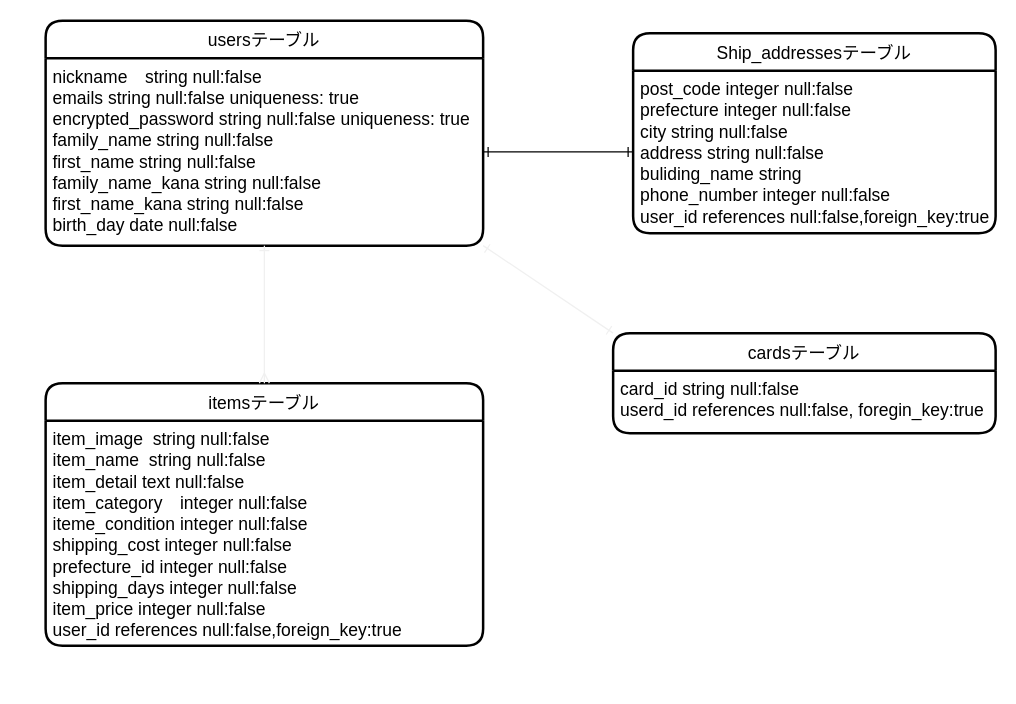
The draw.io diagram test.dio in kazuyaishida0916/furima-37232, before the edit. Source tidied: cells renumbered, new cells numbered last; positions are measured from the earlier drawing's top-left corner, leaving out a move shared by most shapes. Both pictures are drawn from the tidied source at 125%, with x=0, y=0 at pixel (45, 20).
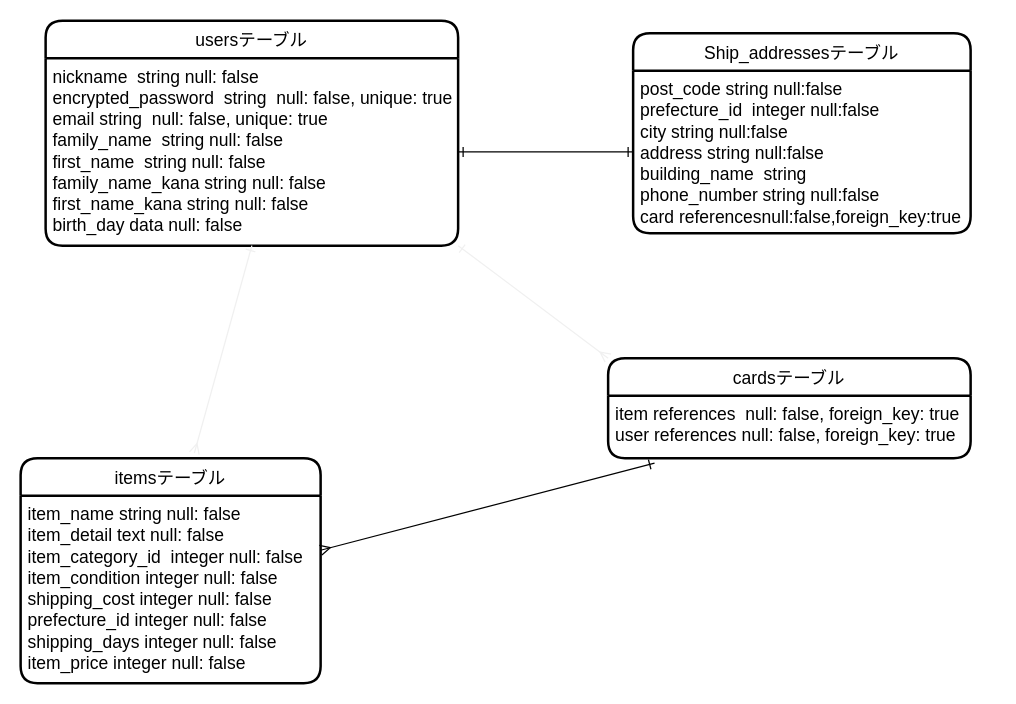
The same page after the edit.

The edit, as a diff of the source:
```diff
@@
 <mxGraphModel>
   <root>
     <mxCell id="0" />
     <mxCell id="1" parent="0" />
     <mxCell id="2" value="usersテーブル" style="swimlane;horizontal=1;startSize=30;rounded=1;fontSize=14;fontStyle=0;strokeWidth=2;shadow=0;dashed=0;align=center;" parent="1" vertex="1">
-      <mxGeometry width="350" height="180" as="geometry" />
+      <mxGeometry width="330" height="180" as="geometry" />
     </mxCell>
-    <mxCell id="3" value="nickname　string null:false&#10;emails string null:false uniqueness: true&#10;encrypted_password string null:false uniqueness: true&#10;family_name string null:false&#10;first_name string null:false&#10;family_name_kana string null:false&#10;first_name_kana string null:false&#10;birth_day date null:false" style="align=left;strokeColor=none;fillColor=none;spacingLeft=4;fontSize=14;verticalAlign=top;" parent="2" vertex="1">
-      <mxGeometry y="30" width="350" height="150" as="geometry" />
+    <mxCell id="3" value="nickname  string null: false               &#10;encrypted_password  string  null: false, unique: true&#10;email string  null: false, unique: true &#10;family_name  string null: false&#10;first_name  string null: false&#10;family_name_kana string null: false            &#10;first_name_kana string null: false &#10;birth_day data null: false     " style="align=left;strokeColor=none;fillColor=none;spacingLeft=4;fontSize=14;verticalAlign=top;" parent="2" vertex="1">
+      <mxGeometry y="30" width="330" height="150" as="geometry" />
     </mxCell>
     <mxCell id="4" value="cardsテーブル" style="swimlane;horizontal=1;startSize=30;rounded=1;fontSize=14;fontStyle=0;strokeWidth=2;shadow=0;dashed=0;align=center;" parent="1" vertex="1">
-      <mxGeometry x="454" y="250" width="306" height="80" as="geometry" />
+      <mxGeometry x="450" y="270" width="290" height="80" as="geometry" />
     </mxCell>
-    <mxCell id="5" value="card_id string null:false&#10;userd_id references null:false, foregin_key:true" style="align=left;strokeColor=none;fillColor=none;spacingLeft=4;fontSize=14;verticalAlign=top;" parent="4" vertex="1">
-      <mxGeometry y="30" width="306" height="50" as="geometry" />
+    <mxCell id="5" value="item references  null: false, foreign_key: true&#10;user references null: false, foreign_key: true" style="align=left;strokeColor=none;fillColor=none;spacingLeft=4;fontSize=14;verticalAlign=top;" parent="4" vertex="1">
+      <mxGeometry y="30" width="290" height="50" as="geometry" />
     </mxCell>
     <mxCell id="6" value="itemsテーブル" style="swimlane;horizontal=1;startSize=30;rounded=1;fontSize=14;fontStyle=0;strokeWidth=2;shadow=0;dashed=0;align=center;" parent="1" vertex="1">
-      <mxGeometry y="290" width="350" height="210" as="geometry" />
+      <mxGeometry x="-20" y="350" width="240" height="180" as="geometry" />
     </mxCell>
-    <mxCell id="7" value="item_image  string null:false&#10;item_name  string null:false&#10;item_detail text null:false&#10;item_category　integer null:false&#10;iteme_condition integer null:false&#10;shipping_cost integer null:false&#10;prefecture_id integer null:false&#10;shipping_days integer null:false&#10;item_price integer null:false&#10;user_id references null:false,foreign_key:true" style="align=left;strokeColor=none;fillColor=none;spacingLeft=4;fontSize=14;verticalAlign=top;" parent="6" vertex="1">
-      <mxGeometry y="30" width="350" height="180" as="geometry" />
+    <mxCell id="7" value="item_name string null: false     &#10;item_detail text null: false                  &#10;item_category_id  integer null: false&#10;item_condition integer null: false&#10;shipping_cost integer null: false&#10;prefecture_id integer null: false               &#10;shipping_days integer null: false&#10;item_price integer null: false   " style="align=left;strokeColor=none;fillColor=none;spacingLeft=4;fontSize=14;verticalAlign=top;" parent="6" vertex="1">
+      <mxGeometry y="30" width="240" height="150" as="geometry" />
     </mxCell>
     <mxCell id="8" value="Ship_addressesテーブル" style="swimlane;horizontal=1;startSize=30;rounded=1;fontSize=14;fontStyle=0;strokeWidth=2;shadow=0;dashed=0;align=center;" parent="1" vertex="1">
-      <mxGeometry x="470" y="10" width="290" height="160" as="geometry" />
+      <mxGeometry x="470" y="10" width="270" height="160" as="geometry" />
     </mxCell>
-    <mxCell id="9" value="post_code integer null:false&#10;prefecture integer null:false&#10;city string null:false&#10;address string null:false&#10;buliding_name string&#10;phone_number integer null:false&#10;user_id references null:false,foreign_key:true" style="align=left;strokeColor=none;fillColor=none;spacingLeft=4;fontSize=14;verticalAlign=top;" parent="8" vertex="1">
-      <mxGeometry y="30" width="290" height="130" as="geometry" />
+    <mxCell id="9" value="post_code string null:false                  &#10;prefecture_id  integer null:false             &#10;city string null:false                  &#10;address string null:false                  &#10;building_name  string&#10;phone_number string null:false                  &#10;card referencesnull:false,foreign_key:true" style="align=left;strokeColor=none;fillColor=none;spacingLeft=4;fontSize=14;verticalAlign=top;" parent="8" vertex="1">
+      <mxGeometry y="30" width="270" height="130" as="geometry" />
     </mxCell>
     <mxCell id="10" style="edgeStyle=none;html=1;fontSize=14;strokeWidth=1;startArrow=ERone;startFill=0;endArrow=ERone;endFill=0;" parent="1" edge="1" source="3" target="9">
       <mxGeometry relative="1" as="geometry" />
     </mxCell>
-    <mxCell id="11" style="edgeStyle=none;html=1;exitX=1;exitY=1;exitDx=0;exitDy=0;entryX=0;entryY=0;entryDx=0;entryDy=0;fontSize=14;startArrow=ERone;startFill=0;endArrow=ERone;endFill=0;strokeColor=#f0f0f0;strokeWidth=1;" parent="1" edge="1" source="3" target="4">
+    <mxCell id="11" style="edgeStyle=none;html=1;exitX=1;exitY=1;exitDx=0;exitDy=0;fontSize=14;startArrow=ERone;startFill=0;endArrow=ERmany;endFill=0;strokeColor=#f0f0f0;strokeWidth=1;entryX=0;entryY=0;entryDx=0;entryDy=0;" parent="1" edge="1" source="3" target="4">
       <mxGeometry relative="1" as="geometry" />
     </mxCell>
-    <mxCell id="12" style="edgeStyle=none;html=1;exitX=0.5;exitY=1;exitDx=0;exitDy=0;fontSize=14;startArrow=ERone;startFill=0;endArrow=ERmany;endFill=0;strokeColor=#f0f0f0;strokeWidth=1;" parent="1" edge="1" source="3">
-      <mxGeometry relative="1" as="geometry">
-        <mxPoint x="175" y="290" as="targetPoint" />
-      </mxGeometry>
+    <mxCell id="12" style="edgeStyle=none;html=1;exitX=0.5;exitY=1;exitDx=0;exitDy=0;fontSize=14;startArrow=ERone;startFill=0;endArrow=ERmany;endFill=0;strokeColor=#f0f0f0;strokeWidth=1;entryX=0.579;entryY=-0.022;entryDx=0;entryDy=0;entryPerimeter=0;" parent="1" edge="1" source="3" target="6">
+      <mxGeometry relative="1" as="geometry" />
     </mxCell>
+    <mxCell id="13" style="edgeStyle=none;html=1;entryX=0.128;entryY=1.08;entryDx=0;entryDy=0;entryPerimeter=0;endArrow=ERone;endFill=0;startArrow=ERmany;startFill=0;" parent="1" edge="1" source="7" target="5">
+      <mxGeometry relative="1" as="geometry" />
+    </mxCell>
   </root>
 </mxGraphModel>
```
